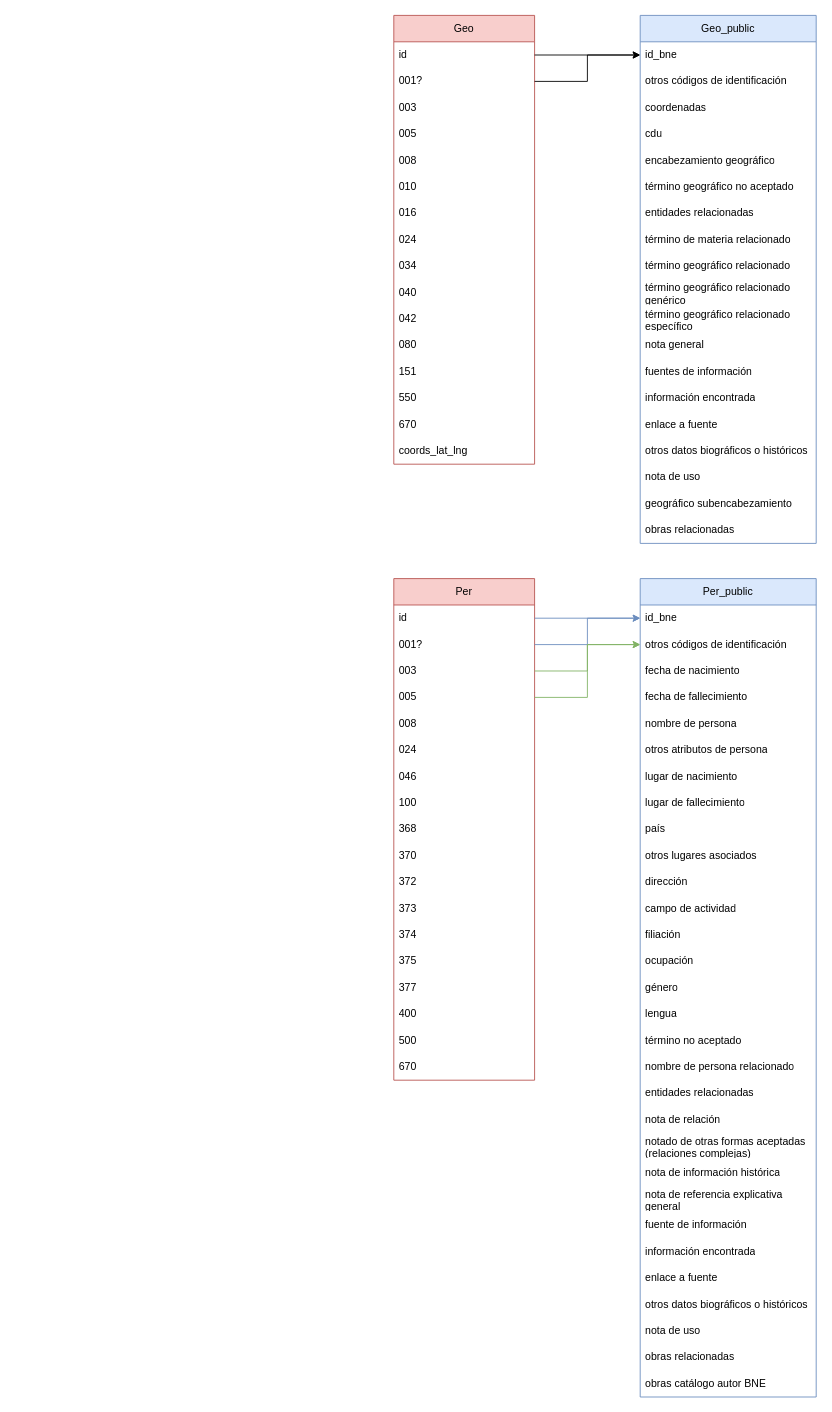
The draw.io diagram draw/models.drawio in vgenov-py/bne_api, before the edit. Source tidied: cells renumbered, new cells numbered last; positions are measured from the earlier drawing's top-left corner, leaving out a move shared by most shapes. Both pictures are drawn from the tidied source at 88%, with x=0, y=0 at pixel (393, 15).
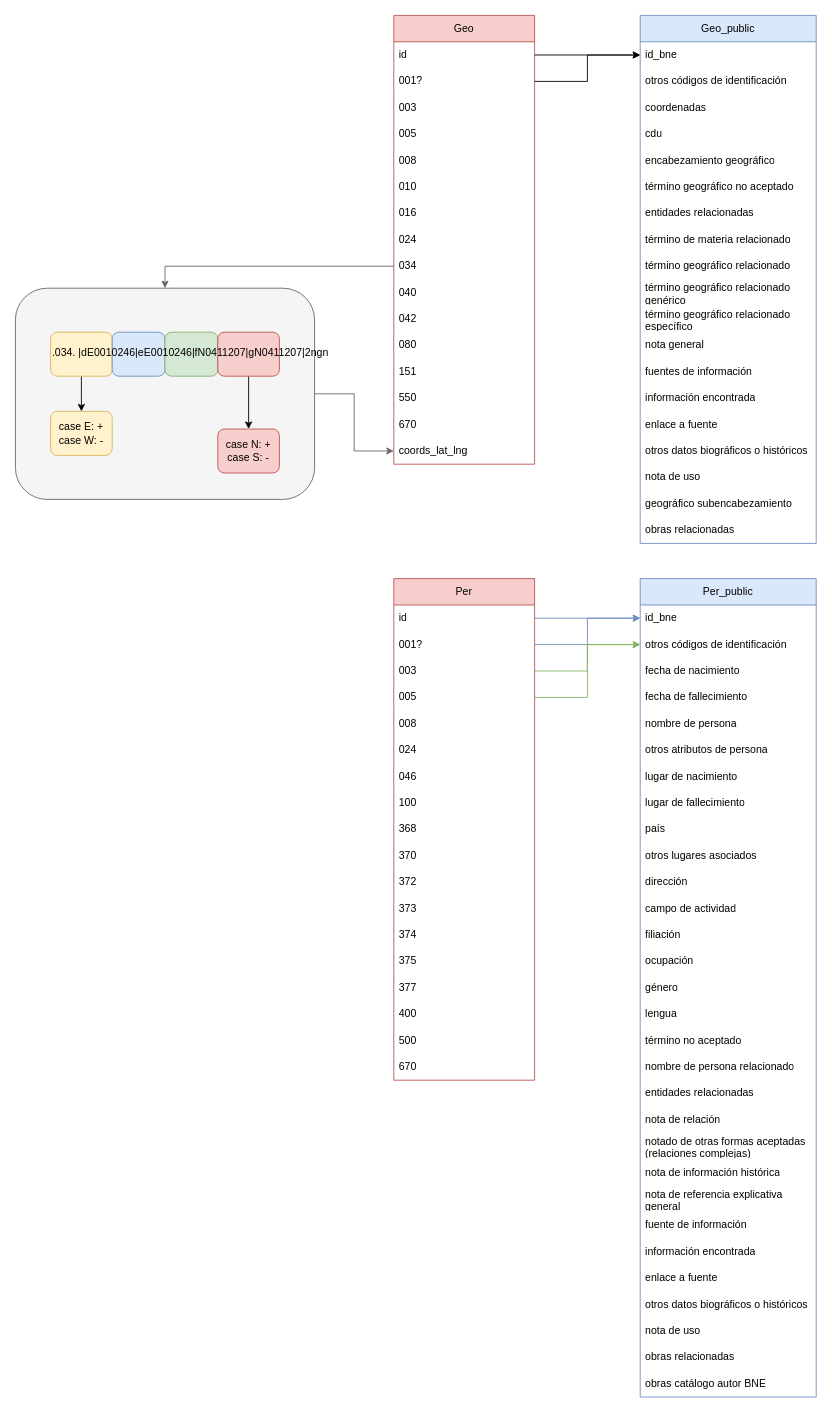
The same page after the edit.

The change refers to these unchanged cells:
```xml
<mxCell id="11" value="034" style="text;strokeColor=none;fillColor=none;align=left;verticalAlign=middle;spacingLeft=4;spacingRight=4;overflow=hidden;points=[[0,0.5],[1,0.5]];portConstraint=eastwest;whiteSpace=wrap;html=1;" parent="2" vertex="1">
  <mxGeometry y="270" width="160" height="30" as="geometry" />
</mxCell>
<mxCell id="18" value="coords_lat_lng" style="text;strokeColor=none;fillColor=none;align=left;verticalAlign=middle;spacingLeft=4;spacingRight=4;overflow=hidden;points=[[0,0.5],[1,0.5]];portConstraint=eastwest;whiteSpace=wrap;html=1;" parent="2" vertex="1">
  <mxGeometry y="480" width="160" height="30" as="geometry" />
</mxCell>
```

Diff of the diagram source:
```diff
@@
+    <mxCell id="95" style="edgeStyle=orthogonalEdgeStyle;rounded=0;jettySize=auto;html=1;exitX=1;exitY=0.5;exitDx=0;exitDy=0;fillColor=#f5f5f5;strokeColor=#666666;" parent="1" edge="1" source="96" target="18">
+      <mxGeometry relative="1" as="geometry" />
+    </mxCell>
+    <mxCell id="96" style="rounded=1;whiteSpace=wrap;html=1;fillColor=#f5f5f5;strokeColor=#666666;fontColor=#333333;" parent="1" vertex="1">
+      <mxGeometry x="-430" y="310" width="340" height="240" as="geometry" />
+    </mxCell>
@@
+    <mxCell id="97" style="edgeStyle=orthogonalEdgeStyle;rounded=0;jettySize=auto;html=1;" parent="1" edge="1" source="98">
+      <mxGeometry relative="1" as="geometry">
+        <mxPoint x="-355" y="450" as="targetPoint" />
+      </mxGeometry>
+    </mxCell>
+    <mxCell id="98" style="rounded=1;whiteSpace=wrap;html=1;fillColor=#fff2cc;strokeColor=#d6b656;" parent="1" vertex="1">
+      <mxGeometry x="-390" y="360" width="70" height="50" as="geometry" />
+    </mxCell>
+    <mxCell id="99" style="rounded=1;whiteSpace=wrap;html=1;fillColor=#dae8fc;strokeColor=#6c8ebf;" parent="1" vertex="1">
+      <mxGeometry x="-320" y="360" width="60" height="50" as="geometry" />
+    </mxCell>
+    <mxCell id="100" style="rounded=1;whiteSpace=wrap;html=1;fillColor=#d5e8d4;strokeColor=#82b366;" parent="1" vertex="1">
+      <mxGeometry x="-260" y="360" width="60" height="50" as="geometry" />
+    </mxCell>
+    <mxCell id="101" style="edgeStyle=orthogonalEdgeStyle;rounded=0;jettySize=auto;html=1;exitX=0.5;exitY=1;exitDx=0;exitDy=0;entryX=0.5;entryY=0;entryDx=0;entryDy=0;" parent="1" edge="1" source="102" target="106">
+      <mxGeometry relative="1" as="geometry" />
+    </mxCell>
+    <mxCell id="102" style="rounded=1;whiteSpace=wrap;html=1;fillColor=#f8cecc;strokeColor=#b85450;" parent="1" vertex="1">
+      <mxGeometry x="-200" y="360" width="70" height="50" as="geometry" />
+    </mxCell>
+    <mxCell id="103" value=".034. |dE0010246|eE0010246|fN0411207|gN0411207|2ngn" style="text;whiteSpace=wrap;html=1;" parent="1" vertex="1">
+      <mxGeometry x="-390" y="370" width="350" height="40" as="geometry" />
+    </mxCell>
+    <mxCell id="104" style="rounded=1;whiteSpace=wrap;html=1;fillColor=#fff2cc;strokeColor=#d6b656;" parent="1" vertex="1">
+      <mxGeometry x="-390" y="450" width="70" height="50" as="geometry" />
+    </mxCell>
+    <mxCell id="105" value="case E: +&lt;br&gt;case W: -" style="text;html=1;strokeColor=none;fillColor=none;align=center;verticalAlign=middle;whiteSpace=wrap;rounded=0;" parent="1" vertex="1">
+      <mxGeometry x="-385" y="460" width="60" height="30" as="geometry" />
+    </mxCell>
+    <mxCell id="106" style="rounded=1;whiteSpace=wrap;html=1;fillColor=#f8cecc;strokeColor=#b85450;" parent="1" vertex="1">
+      <mxGeometry x="-200" y="470" width="70" height="50" as="geometry" />
+    </mxCell>
+    <mxCell id="107" value="case N: +&lt;br&gt;case S: -" style="text;html=1;strokeColor=none;fillColor=none;align=center;verticalAlign=middle;whiteSpace=wrap;rounded=0;" parent="1" vertex="1">
+      <mxGeometry x="-195" y="480" width="60" height="30" as="geometry" />
+    </mxCell>
+    <mxCell id="108" style="edgeStyle=orthogonalEdgeStyle;rounded=0;jettySize=auto;html=1;entryX=0.5;entryY=0;entryDx=0;entryDy=0;fillColor=#f5f5f5;strokeColor=#666666;" parent="1" edge="1" source="11" target="96">
+      <mxGeometry relative="1" as="geometry" />
+    </mxCell>
```
